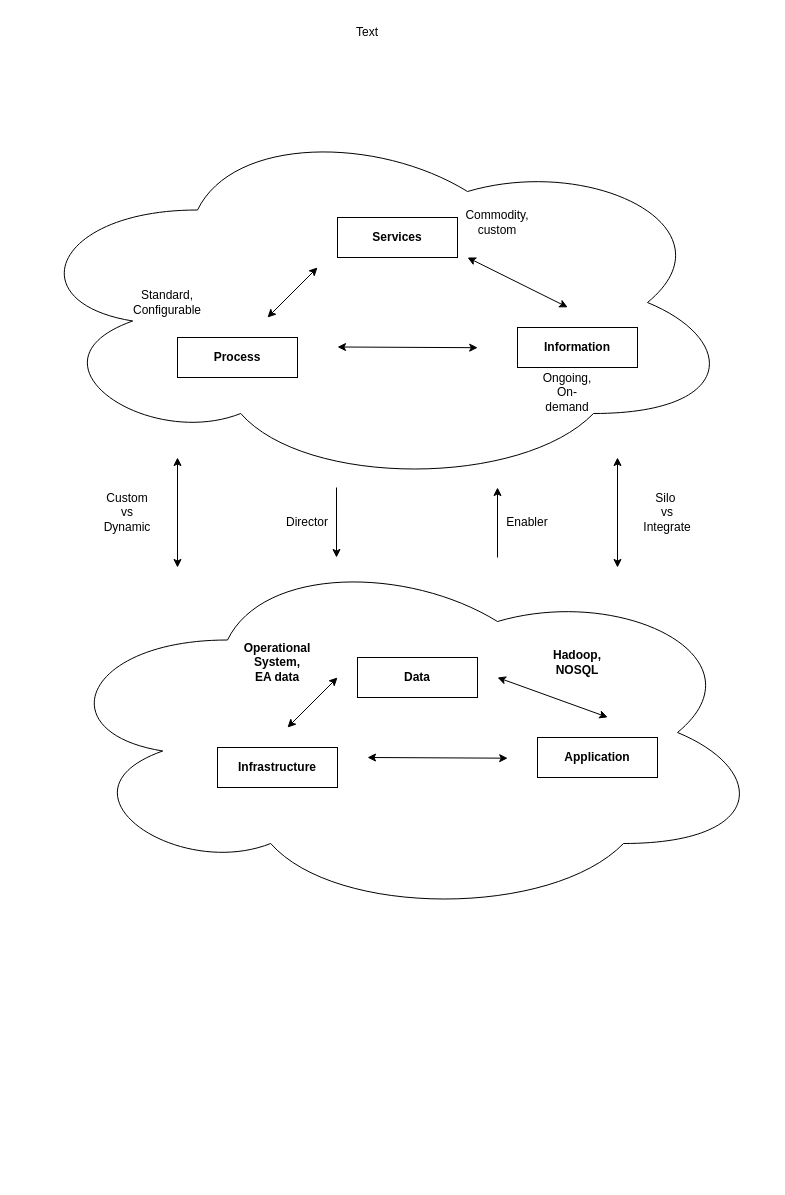
Before: page "Page-2" (2 of 2) of Untitled Diagram.drawio in Vaikulkarni/PersonalWebsite, a draw.io diagram. Source tidied: cells renumbered, new cells numbered last; positions are measured from the earlier drawing's top-left corner, leaving out a move shared by most shapes. Both pictures are drawn from the tidied source at 100%, with x=0, y=0 at pixel (17, 17).
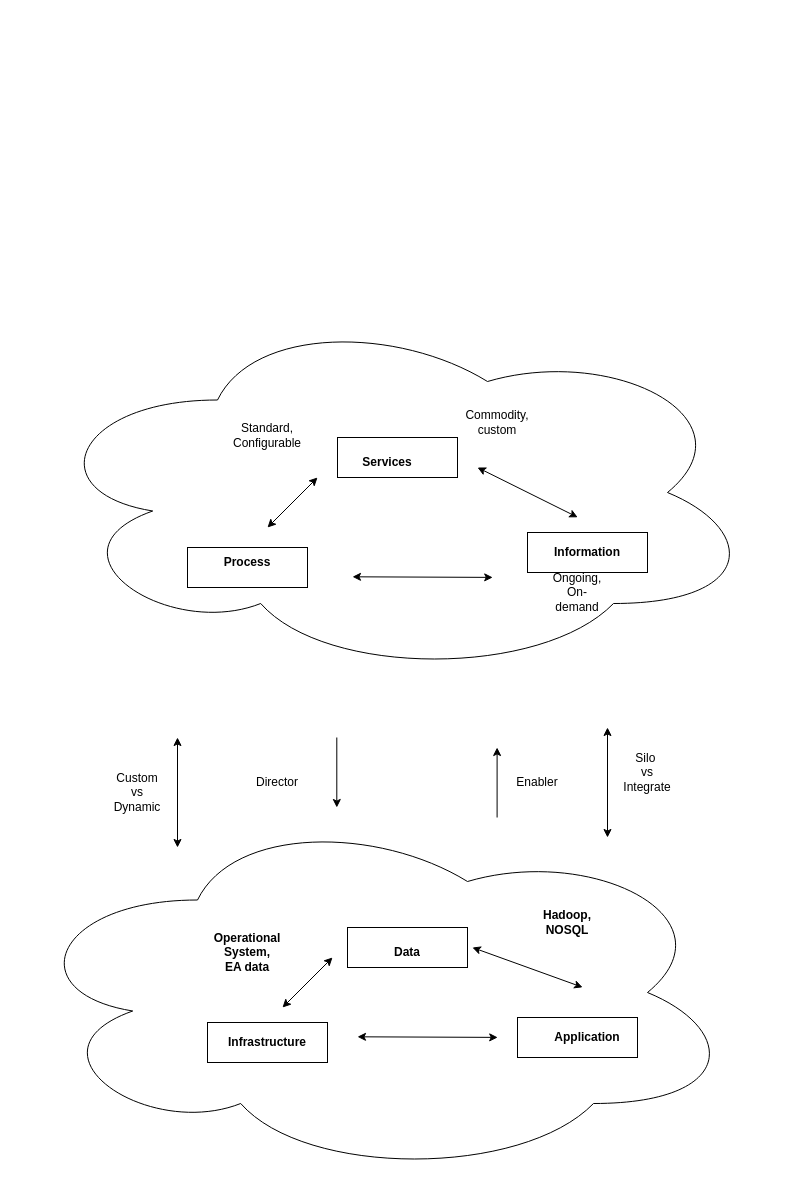
After the change.

Change to the diagram source:
```diff
@@
     <mxCell id="2" style="ellipse;shape=cloud;whiteSpace=wrap;html=1;" parent="1" vertex="1">
-      <mxGeometry y="100" width="720" height="370" as="geometry" />
+      <mxGeometry x="20" y="290" width="720" height="370" as="geometry" />
     </mxCell>
     <mxCell id="3" style="rounded=0;whiteSpace=wrap;html=1;" parent="1" vertex="1">
-      <mxGeometry x="320" y="200" width="120" height="40" as="geometry" />
+      <mxGeometry x="320" y="420" width="120" height="40" as="geometry" />
     </mxCell>
     <mxCell id="4" style="rounded=0;whiteSpace=wrap;html=1;" parent="1" vertex="1">
-      <mxGeometry x="500" y="310" width="120" height="40" as="geometry" />
+      <mxGeometry x="510" y="515" width="120" height="40" as="geometry" />
     </mxCell>
     <mxCell id="5" style="rounded=0;whiteSpace=wrap;html=1;" parent="1" vertex="1">
-      <mxGeometry x="160" y="320" width="120" height="40" as="geometry" />
+      <mxGeometry x="170" y="530" width="120" height="40" as="geometry" />
     </mxCell>
     <mxCell id="6" style="endArrow=classic;startArrow=classic;html=1;rounded=0;" parent="1" edge="1">
       <mxGeometry relative="1" as="geometry">
-        <mxPoint x="250" y="300" as="sourcePoint" />
-        <mxPoint x="300" y="250" as="targetPoint" />
+        <mxPoint x="250" y="510" as="sourcePoint" />
+        <mxPoint x="300" y="460" as="targetPoint" />
       </mxGeometry>
     </mxCell>
     <mxCell id="7" style="endArrow=classic;startArrow=classic;html=1;rounded=0;exitX=0.792;exitY=0.459;exitDx=0;exitDy=0;exitPerimeter=0;" parent="1" edge="1">
       <mxGeometry relative="1" as="geometry">
-        <mxPoint x="550.2" y="289.8" as="sourcePoint" />
-        <mxPoint x="450" y="240" as="targetPoint" />
+        <mxPoint x="560.2" y="499.8" as="sourcePoint" />
+        <mxPoint x="460" y="450" as="targetPoint" />
       </mxGeometry>
     </mxCell>
     <mxCell id="8" style="endArrow=classic;startArrow=classic;html=1;rounded=0;entryX=0.667;entryY=0.568;entryDx=0;entryDy=0;entryPerimeter=0;" parent="1" edge="1">
       <mxGeometry relative="1" as="geometry">
-        <mxPoint x="340" y="740" as="sourcePoint" />
-        <mxPoint x="480.2" y="740.7" as="targetPoint" />
+        <mxPoint x="329.9" y="1024.6" as="sourcePoint" />
+        <mxPoint x="470.1" y="1025.3" as="targetPoint" />
       </mxGeometry>
     </mxCell>
     <mxCell id="9" style="ellipse;shape=cloud;whiteSpace=wrap;html=1;" parent="1" vertex="1">
-      <mxGeometry x="30" y="530" width="720" height="370" as="geometry" />
+      <mxGeometry y="790" width="720" height="370" as="geometry" />
     </mxCell>
     <mxCell id="10" style="rounded=0;whiteSpace=wrap;html=1;" parent="1" vertex="1">
-      <mxGeometry x="520" y="720" width="120" height="40" as="geometry" />
+      <mxGeometry x="500" y="1000" width="120" height="40" as="geometry" />
     </mxCell>
     <mxCell id="11" style="rounded=0;whiteSpace=wrap;html=1;" parent="1" vertex="1">
-      <mxGeometry x="200" y="730" width="120" height="40" as="geometry" />
+      <mxGeometry x="190" y="1005" width="120" height="40" as="geometry" />
     </mxCell>
     <mxCell id="12" style="rounded=0;whiteSpace=wrap;html=1;" parent="1" vertex="1">
-      <mxGeometry x="340" y="640" width="120" height="40" as="geometry" />
+      <mxGeometry x="330" y="910" width="120" height="40" as="geometry" />
     </mxCell>
     <mxCell id="13" style="endArrow=classic;startArrow=classic;html=1;rounded=0;" parent="1" edge="1">
       <mxGeometry relative="1" as="geometry">
-        <mxPoint x="270" y="710" as="sourcePoint" />
-        <mxPoint x="320" y="660" as="targetPoint" />
+        <mxPoint x="265" y="990" as="sourcePoint" />
+        <mxPoint x="315" y="940" as="targetPoint" />
       </mxGeometry>
     </mxCell>
     <mxCell id="14" style="endArrow=classic;startArrow=classic;html=1;rounded=0;exitX=0.792;exitY=0.459;exitDx=0;exitDy=0;exitPerimeter=0;" parent="1" edge="1">
       <mxGeometry relative="1" as="geometry">
-        <mxPoint x="590.2" y="699.8" as="sourcePoint" />
-        <mxPoint x="480" y="660" as="targetPoint" />
+        <mxPoint x="565.1" y="969.8" as="sourcePoint" />
+        <mxPoint x="454.9" y="930" as="targetPoint" />
       </mxGeometry>
     </mxCell>
-    <mxCell id="15" style="endArrow=classic;startArrow=classic;html=1;rounded=0;entryX=0.667;entryY=0.568;entryDx=0;entryDy=0;entryPerimeter=0;" parent="1" edge="1">
-      <mxGeometry relative="1" as="geometry">
-        <mxPoint x="350" y="740" as="sourcePoint" />
-        <mxPoint x="490.2" y="740.7" as="targetPoint" />
-      </mxGeometry>
-    </mxCell>
     <mxCell id="16" style="endArrow=classic;startArrow=classic;html=1;rounded=0;entryX=0.667;entryY=0.568;entryDx=0;entryDy=0;entryPerimeter=0;" parent="1" edge="1">
       <mxGeometry relative="1" as="geometry">
-        <mxPoint x="320" y="329.5" as="sourcePoint" />
-        <mxPoint x="460.2" y="330.2" as="targetPoint" />
+        <mxPoint x="340" y="1019.3" as="sourcePoint" />
+        <mxPoint x="480.2" y="1019.9" as="targetPoint" />
       </mxGeometry>
     </mxCell>
     <mxCell id="17" value="&lt;b&gt;Services&lt;/b&gt;" style="text;html=1;strokeColor=none;fillColor=none;align=center;verticalAlign=middle;whiteSpace=wrap;rounded=0;" parent="1" vertex="1">
-      <mxGeometry x="350" y="205" width="60" height="30" as="geometry" />
+      <mxGeometry x="340" y="430" width="60" height="30" as="geometry" />
     </mxCell>
     <mxCell id="18" value="&lt;b&gt;Information&lt;/b&gt;" style="text;html=1;strokeColor=none;fillColor=none;align=center;verticalAlign=middle;whiteSpace=wrap;rounded=0;" parent="1" vertex="1">
-      <mxGeometry x="530" y="315" width="60" height="30" as="geometry" />
+      <mxGeometry x="540" y="520" width="60" height="30" as="geometry" />
     </mxCell>
     <mxCell id="19" value="&lt;b&gt;Process&lt;/b&gt;" style="text;html=1;strokeColor=none;fillColor=none;align=center;verticalAlign=middle;whiteSpace=wrap;rounded=0;" parent="1" vertex="1">
-      <mxGeometry x="190" y="325" width="60" height="30" as="geometry" />
+      <mxGeometry x="200" y="530" width="60" height="30" as="geometry" />
     </mxCell>
     <mxCell id="20" value="&lt;b&gt;Data&lt;/b&gt;" style="text;html=1;strokeColor=none;fillColor=none;align=center;verticalAlign=middle;whiteSpace=wrap;rounded=0;" parent="1" vertex="1">
-      <mxGeometry x="370" y="645" width="60" height="30" as="geometry" />
+      <mxGeometry x="360" y="920" width="60" height="30" as="geometry" />
     </mxCell>
     <mxCell id="21" value="&lt;b&gt;Application&lt;/b&gt;" style="text;html=1;strokeColor=none;fillColor=none;align=center;verticalAlign=middle;whiteSpace=wrap;rounded=0;" parent="1" vertex="1">
-      <mxGeometry x="550" y="725" width="60" height="30" as="geometry" />
+      <mxGeometry x="540" y="1005" width="60" height="30" as="geometry" />
     </mxCell>
     <mxCell id="22" value="&lt;b&gt;Infrastructure&lt;/b&gt;" style="text;html=1;strokeColor=none;fillColor=none;align=center;verticalAlign=middle;whiteSpace=wrap;rounded=0;" parent="1" vertex="1">
-      <mxGeometry x="230" y="735" width="60" height="30" as="geometry" />
+      <mxGeometry x="220" y="1010" width="60" height="30" as="geometry" />
     </mxCell>
     <mxCell id="23" value="Commodity,&lt;br&gt;custom" style="text;html=1;strokeColor=none;fillColor=none;align=center;verticalAlign=middle;whiteSpace=wrap;rounded=0;" parent="1" vertex="1">
-      <mxGeometry x="450" y="190" width="60" height="30" as="geometry" />
+      <mxGeometry x="450" y="390" width="60" height="30" as="geometry" />
     </mxCell>
     <mxCell id="24" value="Standard,&lt;br&gt;Configurable" style="text;html=1;strokeColor=none;fillColor=none;align=center;verticalAlign=middle;whiteSpace=wrap;rounded=0;" parent="1" vertex="1">
-      <mxGeometry x="120" y="272.5" width="60" height="25" as="geometry" />
+      <mxGeometry x="220" y="405" width="60" height="25" as="geometry" />
     </mxCell>
     <mxCell id="25" value="Ongoing, On-demand" style="text;html=1;strokeColor=none;fillColor=none;align=center;verticalAlign=middle;whiteSpace=wrap;rounded=0;" parent="1" vertex="1">
-      <mxGeometry x="520" y="360" width="60" height="30" as="geometry" />
+      <mxGeometry x="530" y="560" width="60" height="30" as="geometry" />
     </mxCell>
     <mxCell id="26" style="endArrow=classic;startArrow=classic;html=1;rounded=0;" parent="1" edge="1">
       <mxGeometry relative="1" as="geometry">
-        <mxPoint x="160" y="550" as="sourcePoint" />
-        <mxPoint x="160" y="440" as="targetPoint" />
+        <mxPoint x="160" y="830" as="sourcePoint" />
+        <mxPoint x="160" y="720" as="targetPoint" />
       </mxGeometry>
     </mxCell>
     <mxCell id="27" style="endArrow=classic;startArrow=classic;html=1;rounded=0;" parent="1" edge="1">
       <mxGeometry relative="1" as="geometry">
-        <mxPoint x="600" y="550" as="sourcePoint" />
-        <mxPoint x="600" y="440" as="targetPoint" />
+        <mxPoint x="590" y="820" as="sourcePoint" />
+        <mxPoint x="590" y="710" as="targetPoint" />
       </mxGeometry>
     </mxCell>
     <mxCell id="28" style="endArrow=classic;html=1;rounded=0;" parent="1" edge="1">
       <mxGeometry relative="1" as="geometry">
-        <mxPoint x="480" y="540" as="sourcePoint" />
-        <mxPoint x="480" y="470" as="targetPoint" />
+        <mxPoint x="479.6" y="800" as="sourcePoint" />
+        <mxPoint x="479.6" y="730" as="targetPoint" />
+        <Array as="points">
+          <mxPoint x="479.6" y="800" />
+        </Array>
       </mxGeometry>
     </mxCell>
     <mxCell id="29" style="endArrow=classic;html=1;rounded=0;" parent="1" edge="1">
       <mxGeometry relative="1" as="geometry">
-        <mxPoint x="319" y="470" as="sourcePoint" />
-        <mxPoint x="319" y="540" as="targetPoint" />
+        <mxPoint x="319.3" y="720" as="sourcePoint" />
+        <mxPoint x="319.3" y="790" as="targetPoint" />
       </mxGeometry>
     </mxCell>
     <mxCell id="30" value="Custom&lt;br&gt;vs&lt;br&gt;Dynamic" style="text;html=1;strokeColor=none;fillColor=none;align=center;verticalAlign=middle;whiteSpace=wrap;rounded=0;" parent="1" vertex="1">
-      <mxGeometry x="80" y="480" width="60" height="30" as="geometry" />
+      <mxGeometry x="90" y="760" width="60" height="30" as="geometry" />
     </mxCell>
     <mxCell id="31" value="Director" style="text;html=1;strokeColor=none;fillColor=none;align=center;verticalAlign=middle;whiteSpace=wrap;rounded=0;" parent="1" vertex="1">
-      <mxGeometry x="260" y="490" width="60" height="30" as="geometry" />
+      <mxGeometry x="230" y="750" width="60" height="30" as="geometry" />
     </mxCell>
     <mxCell id="32" value="Enabler" style="text;html=1;strokeColor=none;fillColor=none;align=center;verticalAlign=middle;whiteSpace=wrap;rounded=0;" parent="1" vertex="1">
-      <mxGeometry x="480" y="490" width="60" height="30" as="geometry" />
+      <mxGeometry x="490" y="750" width="60" height="30" as="geometry" />
     </mxCell>
     <mxCell id="33" value="Silo&amp;nbsp;&lt;br&gt;vs&lt;br&gt;Integrate" style="text;html=1;strokeColor=none;fillColor=none;align=center;verticalAlign=middle;whiteSpace=wrap;rounded=0;" parent="1" vertex="1">
-      <mxGeometry x="620" y="480" width="60" height="30" as="geometry" />
+      <mxGeometry x="600" y="740" width="60" height="30" as="geometry" />
     </mxCell>
     <mxCell id="34" value="&lt;b&gt;Hadoop, NOSQL&lt;/b&gt;" style="text;html=1;strokeColor=none;fillColor=none;align=center;verticalAlign=middle;whiteSpace=wrap;rounded=0;" parent="1" vertex="1">
-      <mxGeometry x="530" y="630" width="60" height="30" as="geometry" />
+      <mxGeometry x="520" y="890" width="60" height="30" as="geometry" />
     </mxCell>
     <mxCell id="35" value="&lt;b&gt;Operational System,&lt;br&gt;EA data&lt;br&gt;&lt;/b&gt;" style="text;html=1;strokeColor=none;fillColor=none;align=center;verticalAlign=middle;whiteSpace=wrap;rounded=0;" parent="1" vertex="1">
-      <mxGeometry x="230" y="630" width="60" height="30" as="geometry" />
+      <mxGeometry x="200" y="920" width="60" height="30" as="geometry" />
     </mxCell>
-    <mxCell id="36" value="Text" style="text;html=1;strokeColor=none;fillColor=none;align=center;verticalAlign=middle;whiteSpace=wrap;rounded=0;" parent="1" vertex="1">
-      <mxGeometry x="320" width="60" height="30" as="geometry" />
-    </mxCell>
+    <mxCell id="37" style="endArrow=classic;startArrow=classic;html=1;rounded=0;entryX=0.667;entryY=0.568;entryDx=0;entryDy=0;entryPerimeter=0;" parent="1" edge="1">
+      <mxGeometry relative="1" as="geometry">
+        <mxPoint x="335" y="559.3" as="sourcePoint" />
+        <mxPoint x="475.2" y="559.9" as="targetPoint" />
+      </mxGeometry>
+    </mxCell>
```
